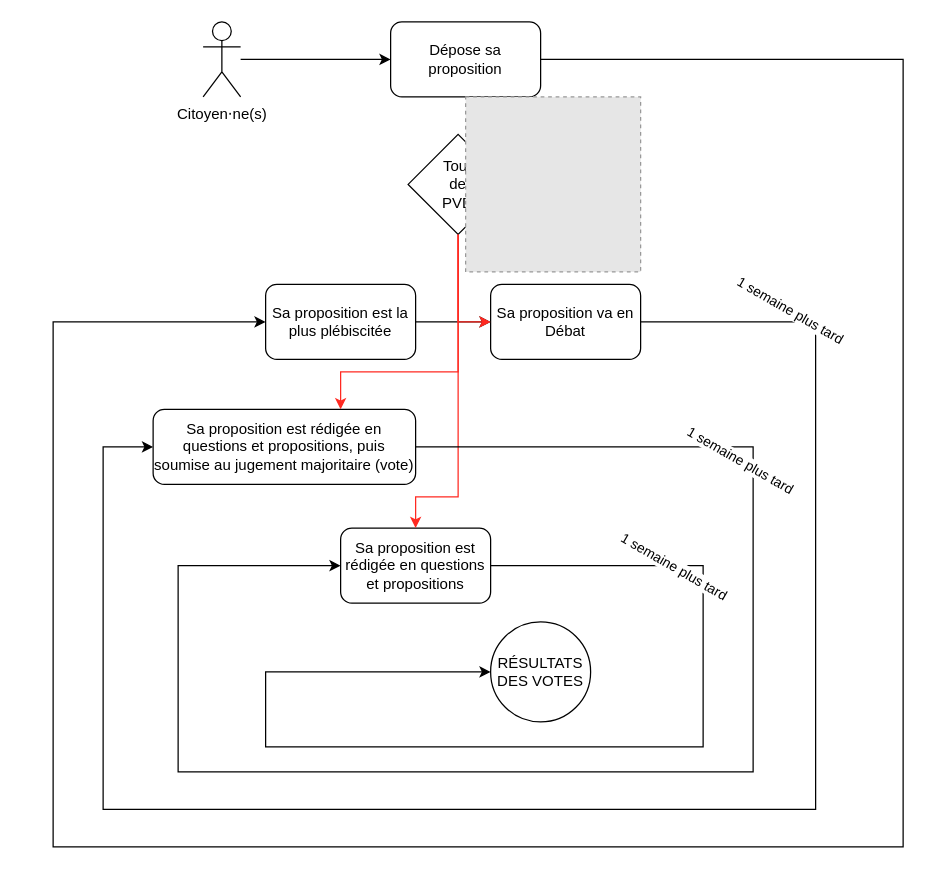
emilienGallet/PVD_fonctionement_ext keeps this draw.io diagram as page "Dépot d'une proposition" (2 of 3) of InteractionPVD.drawio. Above is the earlier version. Source tidied: cells renumbered, new cells numbered last; positions are measured from the earlier drawing's top-left corner, leaving out a move shared by most shapes. Both pictures are drawn from the tidied source at 125%, with x=0, y=0 at pixel (52, 21). Pictures stored in the file or linked from it are replaced by grey dashed boxes.
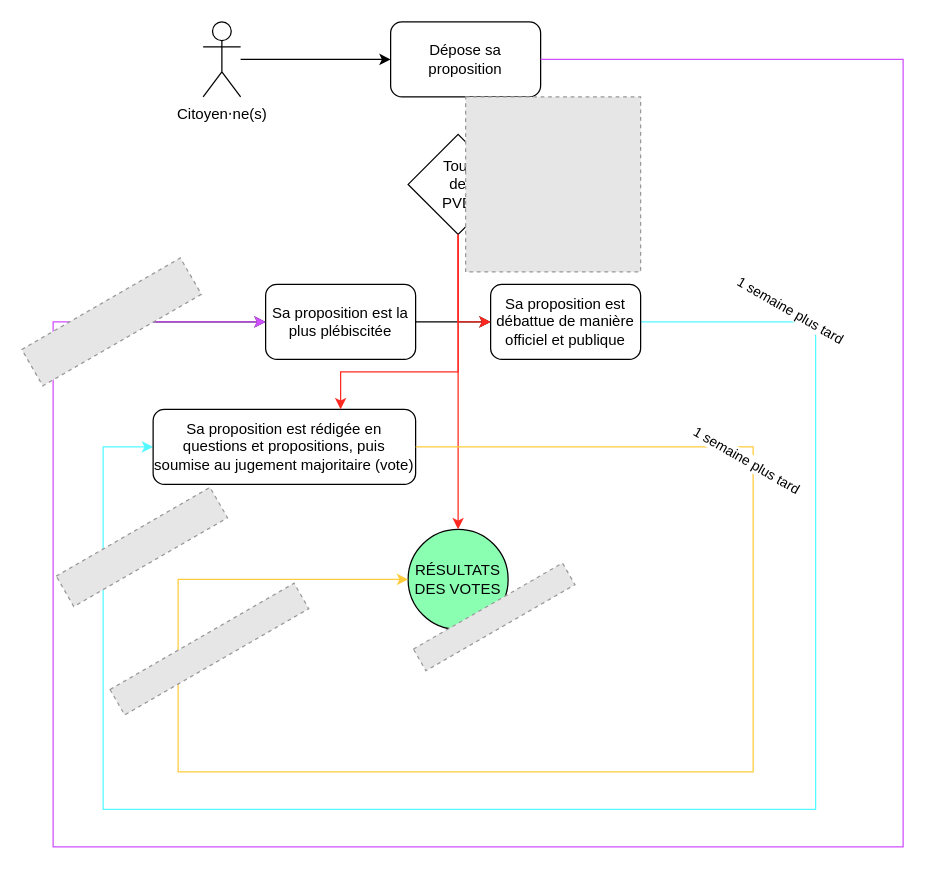
Above is the later version.

Commit message (it also covers changes not shown here):
Mettre à jour InteractionPVD.drawio

Unchanged cells that the change refers to:
```xml
<mxCell id="5" value="Dépose sa proposition" style="rounded=1;whiteSpace=wrap;html=1;" parent="1" vertex="1">
  <mxGeometry x="270" width="120" height="60" as="geometry" />
</mxCell>
<mxCell id="7" value="Sa proposition est la plus plébiscitée" style="rounded=1;whiteSpace=wrap;html=1;" parent="1" vertex="1">
  <mxGeometry x="170" y="210" width="120" height="60" as="geometry" />
</mxCell>
<mxCell id="12" value="Tour&lt;br&gt;de&lt;br&gt;PVD" style="rhombus;whiteSpace=wrap;html=1;" parent="1" vertex="1">
  <mxGeometry x="284" y="90" width="80" height="80" as="geometry" />
</mxCell>
<mxCell id="13" value="Sa proposition est rédigée en questions et propositions, puis soumise au jugement majoritaire (vote) " style="rounded=1;whiteSpace=wrap;html=1;" parent="1" vertex="1">
  <mxGeometry x="80" y="310" width="210" height="60" as="geometry" />
</mxCell>
```

What changed in the source:
```diff
@@
-    <mxCell id="4" style="edgeStyle=orthogonalEdgeStyle;rounded=0;jettySize=auto;html=1;entryX=0;entryY=0.5;entryDx=0;entryDy=0;" parent="1" edge="1" source="5" target="7">
+    <mxCell id="4" style="edgeStyle=orthogonalEdgeStyle;rounded=0;jettySize=auto;html=1;entryX=0;entryY=0.5;entryDx=0;entryDy=0;" parent="1" edge="1" source="24" target="7">
       <mxGeometry relative="1" as="geometry">
         <Array as="points">
-          <mxPoint x="680" y="30" />
-          <mxPoint x="680" y="660" />
-          <mxPoint y="660" />
           <mxPoint y="240" />
         </Array>
       </mxGeometry>
     </mxCell>
@@
-    <mxCell id="8" style="edgeStyle=orthogonalEdgeStyle;rounded=0;jettySize=auto;html=1;entryX=0;entryY=0.5;entryDx=0;entryDy=0;" parent="1" edge="1" source="10" target="13">
+    <mxCell id="8" style="edgeStyle=orthogonalEdgeStyle;rounded=0;jettySize=auto;html=1;entryX=0;entryY=0.5;entryDx=0;entryDy=0;strokeColor=#54F9FF;" parent="1" edge="1" source="10" target="13">
       <mxGeometry relative="1" as="geometry">
         <Array as="points">
           <mxPoint x="610" y="240" />
           <mxPoint x="610" y="630" />
           <mxPoint x="40" y="630" />
           <mxPoint x="40" y="340" />
         </Array>
       </mxGeometry>
     </mxCell>
@@
-    <mxCell id="10" value="Sa proposition va en Débat" style="rounded=1;whiteSpace=wrap;html=1;" parent="1" vertex="1">
+    <mxCell id="10" value="Sa proposition est débattue de manière officiel et publique" style="rounded=1;whiteSpace=wrap;html=1;" parent="1" vertex="1">
       <mxGeometry x="350" y="210" width="120" height="60" as="geometry" />
     </mxCell>
@@
-    <mxCell id="14" value="Sa proposition est rédigée en questions et propositions " style="rounded=1;whiteSpace=wrap;html=1;" parent="1" vertex="1">
-      <mxGeometry x="230" y="405" width="120" height="60" as="geometry" />
-    </mxCell>
@@
-    <mxCell id="16" value="RÉSULTATS DES VOTES" style="ellipse;whiteSpace=wrap;html=1;" parent="1" vertex="1">
-      <mxGeometry x="350" y="480" width="80" height="80" as="geometry" />
+    <mxCell id="16" value="RÉSULTATS DES VOTES" style="ellipse;whiteSpace=wrap;html=1;fillColor=#8AFFB1;" parent="1" vertex="1">
+      <mxGeometry x="284" y="406" width="80" height="80" as="geometry" />
     </mxCell>
-    <mxCell id="17" style="edgeStyle=orthogonalEdgeStyle;rounded=0;jettySize=auto;html=1;fillColor=#FF0F0F;strokeColor=#FF2921;entryX=0.5;entryY=0;entryDx=0;entryDy=0;exitX=0.5;exitY=1;exitDx=0;exitDy=0;" parent="1" edge="1" source="12" target="14">
+    <mxCell id="17" style="edgeStyle=orthogonalEdgeStyle;rounded=0;jettySize=auto;html=1;fillColor=#FF0F0F;strokeColor=#FF2921;entryX=0.5;entryY=0;entryDx=0;entryDy=0;exitX=0.5;exitY=1;exitDx=0;exitDy=0;" parent="1" edge="1" source="12" target="16">
       <mxGeometry relative="1" as="geometry">
         <Array as="points">
-          <mxPoint x="324" y="380" />
-          <mxPoint x="290" y="380" />
+          <mxPoint x="324" y="390" />
+          <mxPoint x="324" y="390" />
         </Array>
       </mxGeometry>
     </mxCell>
-    <mxCell id="18" style="edgeStyle=orthogonalEdgeStyle;rounded=0;jettySize=auto;html=1;exitX=1;exitY=0.5;exitDx=0;exitDy=0;entryX=0;entryY=0.5;entryDx=0;entryDy=0;" parent="1" edge="1" source="13" target="14">
+    <mxCell id="18" style="edgeStyle=orthogonalEdgeStyle;rounded=0;jettySize=auto;html=1;exitX=1;exitY=0.5;exitDx=0;exitDy=0;strokeColor=#FFCB3D;entryX=0;entryY=0.5;entryDx=0;entryDy=0;" parent="1" edge="1" source="13" target="16">
       <mxGeometry relative="1" as="geometry">
         <Array as="points">
           <mxPoint x="560" y="340" />
           <mxPoint x="560" y="600" />
           <mxPoint x="100" y="600" />
-          <mxPoint x="100" y="435" />
+          <mxPoint x="100" y="446" />
         </Array>
       </mxGeometry>
     </mxCell>
@@
-    <mxCell id="20" style="edgeStyle=orthogonalEdgeStyle;rounded=0;jettySize=auto;html=1;exitX=1;exitY=0.5;exitDx=0;exitDy=0;entryX=0;entryY=0.5;entryDx=0;entryDy=0;" parent="1" edge="1" source="14" target="16">
-      <mxGeometry relative="1" as="geometry">
-        <Array as="points">
-          <mxPoint x="520" y="435" />
-          <mxPoint x="520" y="580" />
-          <mxPoint x="170" y="580" />
-          <mxPoint x="170" y="520" />
-        </Array>
-      </mxGeometry>
-    </mxCell>
-    <mxCell id="21" value="1 semaine plus tard" style="edgeLabel;html=1;align=center;verticalAlign=middle;rotation=30;" parent="20" vertex="1">
-      <mxGeometry x="-0.77" y="2" relative="1" as="geometry">
-        <mxPoint x="43" y="2" as="offset" />
-      </mxGeometry>
-    </mxCell>
@@
+    <mxCell id="23" style="edgeStyle=orthogonalEdgeStyle;rounded=0;jettySize=auto;html=1;entryX=0;entryY=0.5;entryDx=0;entryDy=0;strokeColor=#D04FFF;" parent="1" edge="1" source="5" target="7">
+      <mxGeometry relative="1" as="geometry">
+        <Array as="points">
+          <mxPoint x="680" y="30" />
+          <mxPoint x="680" y="660" />
+          <mxPoint y="660" />
+          <mxPoint y="240" />
+        </Array>
+      </mxGeometry>
+    </mxCell>
+    <mxCell id="24" style="fillColor=#E6E6E6;strokeColor=#999999;dashed=1;verticalLabelPosition=bottom;labelBackgroundColor=default;verticalAlign=top;rotation=-30;" parent="1" vertex="1">
+      <mxGeometry x="-26.5" y="223.2" width="146.5" height="33.6" as="geometry" />
+    </mxCell>
+    <mxCell id="25" style="fillColor=#E6E6E6;strokeColor=#999999;dashed=1;verticalLabelPosition=bottom;labelBackgroundColor=default;verticalAlign=top;rotation=-30;" parent="1" vertex="1">
+      <mxGeometry y="406" width="142" height="28.1" as="geometry" />
+    </mxCell>
+    <mxCell id="26" style="fillColor=#E6E6E6;strokeColor=#999999;dashed=1;verticalLabelPosition=bottom;labelBackgroundColor=default;verticalAlign=top;rotation=-30;" parent="1" vertex="1">
+      <mxGeometry x="40" y="490" width="170" height="23.5" as="geometry" />
+    </mxCell>
+    <mxCell id="27" style="fillColor=#E6E6E6;strokeColor=#999999;dashed=1;verticalLabelPosition=bottom;labelBackgroundColor=default;verticalAlign=top;rotation=-30;" parent="1" vertex="1">
+      <mxGeometry x="284" y="466" width="137.7" height="20" as="geometry" />
+    </mxCell>
```
